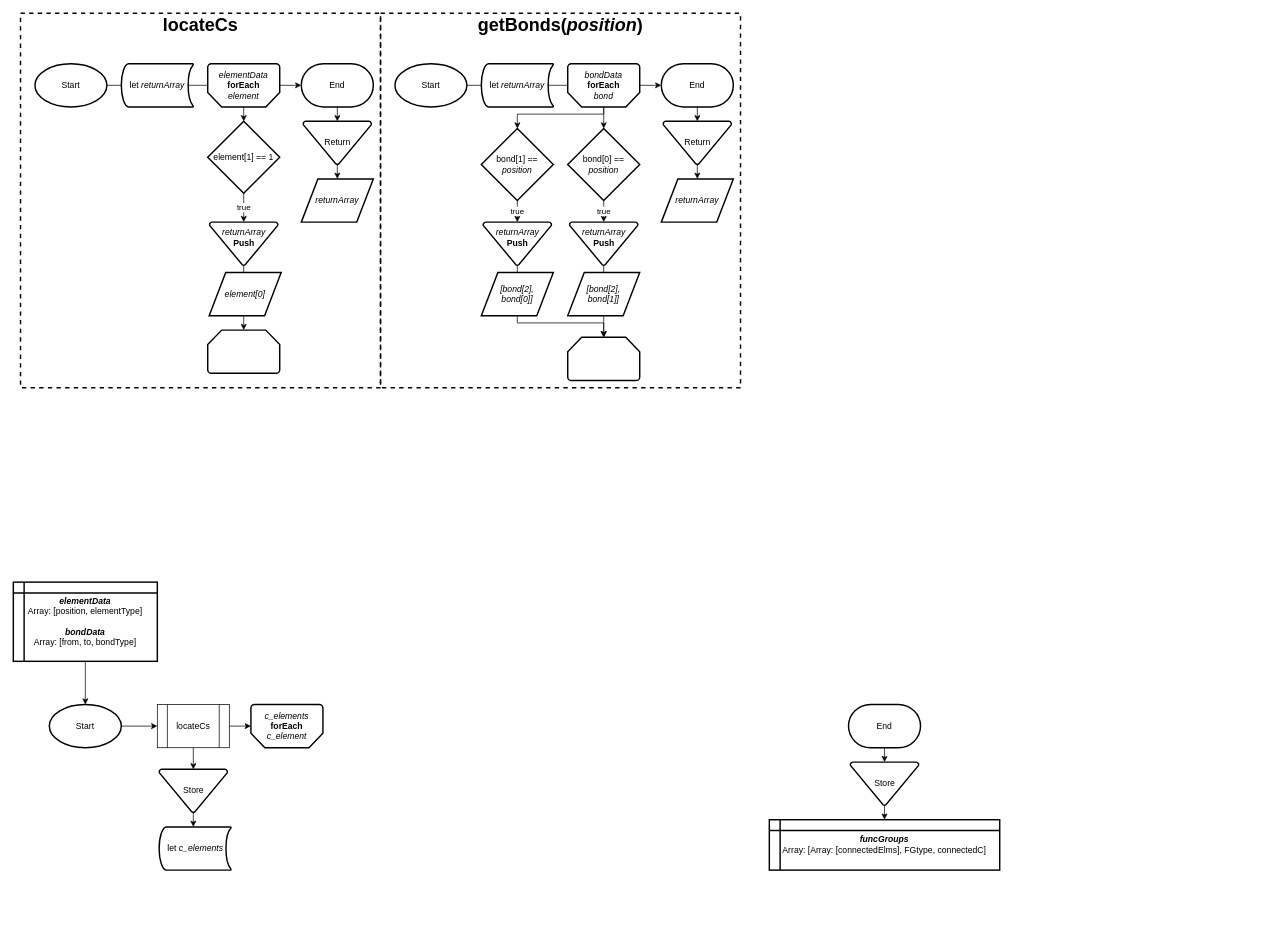
Earlier version of the draw.io diagram Diagram zonder titel.drawio (Reefter7/PWS-FLOWCHARTS). Source tidied: cells renumbered, new cells numbered last; positions are measured from the earlier drawing's top-left corner, leaving out a move shared by most shapes. Both pictures are drawn from the tidied source at 72%, with x=0, y=0 at pixel (13, 13).
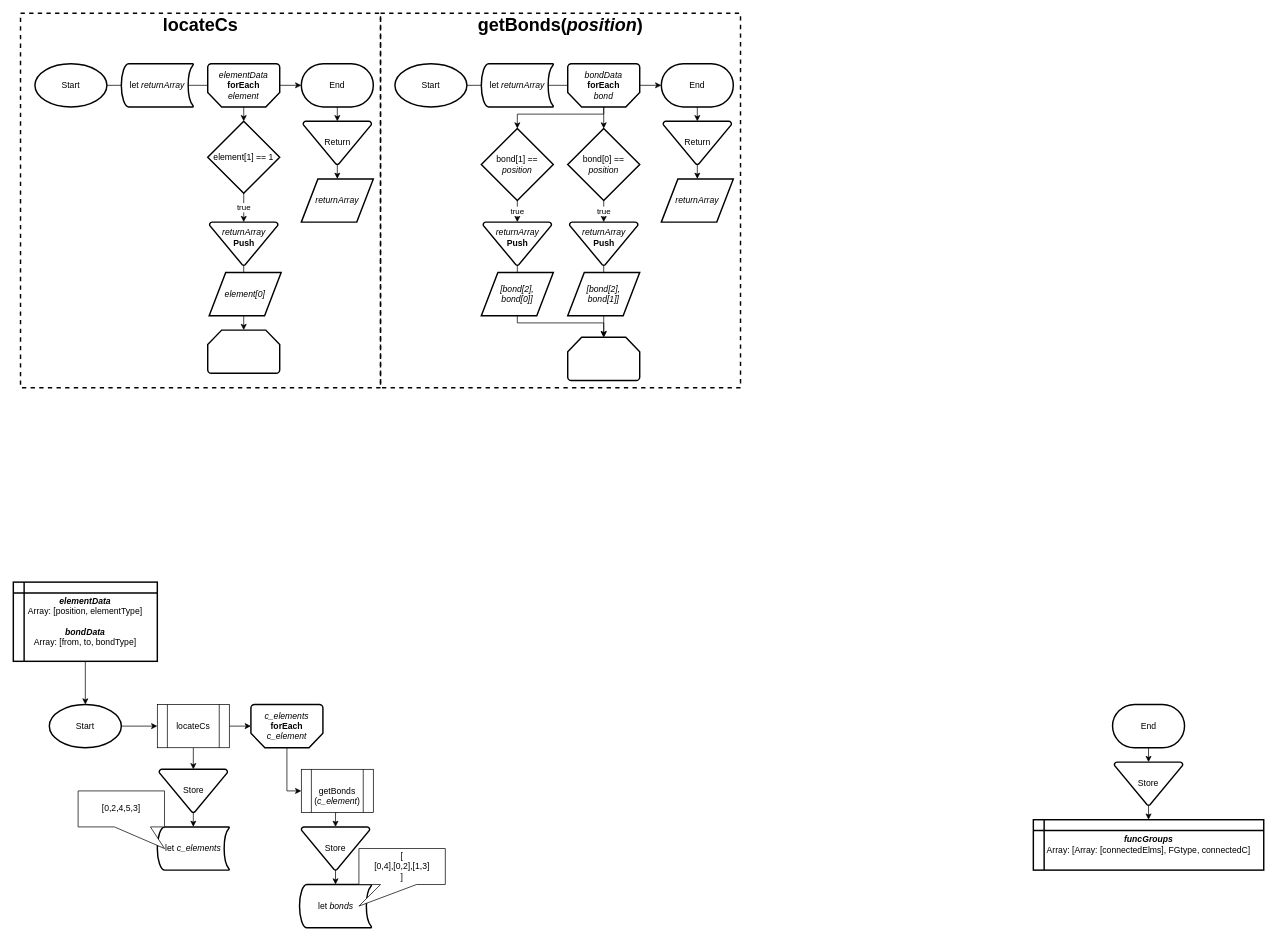
Above is the later version.

The change refers to these unchanged cells:
```xml
<mxCell id="15" value="Store" style="strokeWidth=2;html=1;shape=mxgraph.flowchart.merge_or_storage;whiteSpace=wrap;" parent="1" vertex="1">
  <mxGeometry x="202.5" y="1050" width="95" height="60" as="geometry" />
</mxCell>
<mxCell id="65" style="strokeWidth=2;html=1;shape=mxgraph.flowchart.loop_limit;whiteSpace=wrap;rotation=-180;textDirection=ltr;horizontal=1;direction=east;" parent="1" vertex="1">
  <mxGeometry x="330" y="960" width="100" height="60" as="geometry" />
</mxCell>
```

Change to the diagram source:
```diff
@@
     <mxCell id="7" value="End" style="strokeWidth=2;html=1;shape=mxgraph.flowchart.terminator;whiteSpace=wrap;" parent="1" vertex="1">
-      <mxGeometry x="1160" y="960" width="100" height="60" as="geometry" />
+      <mxGeometry x="1526.7" y="960" width="100" height="60" as="geometry" />
     </mxCell>
@@
     <mxCell id="9" value="Store" style="strokeWidth=2;html=1;shape=mxgraph.flowchart.merge_or_storage;whiteSpace=wrap;" parent="1" vertex="1">
-      <mxGeometry x="1162.5" y="1040" width="95" height="60" as="geometry" />
+      <mxGeometry x="1529.2" y="1040" width="95" height="60" as="geometry" />
     </mxCell>
     <mxCell id="10" value="&lt;b style=&quot;font-style: italic;&quot;&gt;funcGroups&lt;/b&gt;&lt;br&gt;Array: [Array: [connectedElms], FGtype, connectedC]" style="shape=internalStorage;whiteSpace=wrap;html=1;dx=15;dy=15;arcSize=8;strokeWidth=2;" parent="1" vertex="1">
-      <mxGeometry x="1050" y="1120" width="320" height="70" as="geometry" />
+      <mxGeometry x="1416.7" y="1120" width="320" height="70" as="geometry" />
     </mxCell>
@@
-    <mxCell id="13" value="locateCs" style="verticalLabelPosition=bottom;verticalAlign=top;html=1;shape=process;whiteSpace=wrap;size=0.14;arcSize=6;spacingBottom=4;spacingTop=-43;" parent="1" vertex="1">
+    <mxCell id="13" value="locateCs" style="verticalLabelPosition=bottom;verticalAlign=top;html=1;shape=process;whiteSpace=wrap;size=0.14;arcSize=6;spacingBottom=4;spacingTop=-43;noLabel=0;" parent="1" vertex="1">
       <mxGeometry x="200" y="960" width="100" height="60" as="geometry" />
     </mxCell>
-    <mxCell id="14" style="edgeStyle=orthogonalEdgeStyle;jettySize=auto;html=1;exitX=0.5;exitY=1;exitDx=0;exitDy=0;exitPerimeter=0;entryX=0.5;entryY=0;entryDx=0;entryDy=0;entryPerimeter=0;fontSize=25;rounded=0;" parent="1" edge="1" source="15">
-      <mxGeometry relative="1" as="geometry">
-        <mxPoint x="250" y="1130" as="targetPoint" />
-      </mxGeometry>
-    </mxCell>
+    <mxCell id="67" style="edgeStyle=orthogonalEdgeStyle;rounded=0;jettySize=auto;html=1;exitX=0.5;exitY=1;exitDx=0;exitDy=0;exitPerimeter=0;entryX=0.5;entryY=0;entryDx=0;entryDy=0;entryPerimeter=0;" parent="1" edge="1" source="15" target="16">
+      <mxGeometry relative="1" as="geometry" />
+    </mxCell>
@@
     <mxCell id="16" value="let &lt;i&gt;c_elements&lt;/i&gt;" style="strokeWidth=2;html=1;shape=mxgraph.flowchart.stored_data;whiteSpace=wrap;" parent="1" vertex="1">
-      <mxGeometry x="202.5" y="1130" width="100" height="60" as="geometry" />
+      <mxGeometry x="200" y="1130" width="100" height="60" as="geometry" />
     </mxCell>
@@
+    <mxCell id="68" style="edgeStyle=orthogonalEdgeStyle;rounded=0;jettySize=auto;html=1;exitX=0.5;exitY=0;exitDx=0;exitDy=0;exitPerimeter=0;entryX=0;entryY=0.5;entryDx=0;entryDy=0;" parent="1" edge="1" source="65" target="70">
+      <mxGeometry relative="1" as="geometry" />
+    </mxCell>
@@
+    <mxCell id="69" style="edgeStyle=orthogonalEdgeStyle;rounded=0;jettySize=auto;html=1;exitX=0.5;exitY=1;exitDx=0;exitDy=0;entryX=0.5;entryY=0;entryDx=0;entryDy=0;entryPerimeter=0;" parent="1" edge="1" source="70" target="72">
+      <mxGeometry relative="1" as="geometry" />
+    </mxCell>
+    <mxCell id="70" value="getBonds&lt;br&gt;(&lt;i&gt;c_element&lt;/i&gt;)" style="verticalLabelPosition=bottom;verticalAlign=top;html=1;shape=process;whiteSpace=wrap;size=0.14;arcSize=6;spacingBottom=4;spacingTop=-43;" parent="1" vertex="1">
+      <mxGeometry x="400" y="1050" width="100" height="60" as="geometry" />
+    </mxCell>
+    <mxCell id="71" style="edgeStyle=orthogonalEdgeStyle;rounded=0;jettySize=auto;html=1;exitX=0.5;exitY=1;exitDx=0;exitDy=0;exitPerimeter=0;entryX=0.5;entryY=0;entryDx=0;entryDy=0;entryPerimeter=0;" parent="1" edge="1" source="72" target="73">
+      <mxGeometry relative="1" as="geometry" />
+    </mxCell>
+    <mxCell id="72" value="Store" style="strokeWidth=2;html=1;shape=mxgraph.flowchart.merge_or_storage;whiteSpace=wrap;" parent="1" vertex="1">
+      <mxGeometry x="400" y="1130" width="95" height="60" as="geometry" />
+    </mxCell>
+    <mxCell id="73" value="let &lt;i&gt;bonds&lt;/i&gt;" style="strokeWidth=2;html=1;shape=mxgraph.flowchart.stored_data;whiteSpace=wrap;" parent="1" vertex="1">
+      <mxGeometry x="397.5" y="1210" width="100" height="60" as="geometry" />
+    </mxCell>
+    <mxCell id="74" value="[0,2,4,5,3]" style="shape=callout;whiteSpace=wrap;html=1;perimeter=calloutPerimeter;position2=1;size=30;position=0.42;base=50;" parent="1" vertex="1">
+      <mxGeometry x="90" y="1080" width="120" height="80" as="geometry" />
+    </mxCell>
+    <mxCell id="75" value="[&lt;br&gt;[0,4],[0,2],[1,3]&lt;br&gt;]" style="shape=callout;whiteSpace=wrap;html=1;perimeter=calloutPerimeter;position2=0;size=30;position=0.25;base=50;" parent="1" vertex="1">
+      <mxGeometry x="480" y="1160" width="120" height="80" as="geometry" />
+    </mxCell>
```
